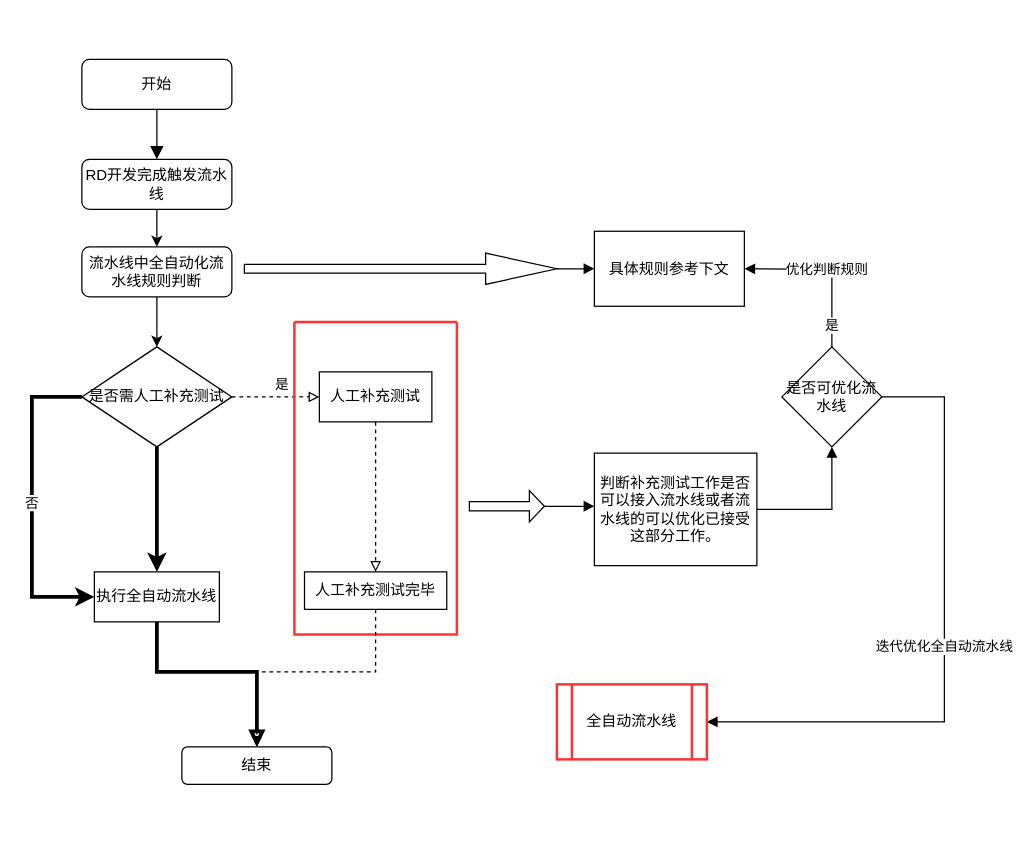
This is Untitled Diagram.drawio from claymanGit/hello-world, a draw.io file, before an edit. Source tidied: cells renumbered, new cells numbered last; positions are measured from the earlier drawing's top-left corner, leaving out a move shared by most shapes. Both pictures are drawn from the tidied source at 125%, with x=0, y=0 at pixel (31, 59).
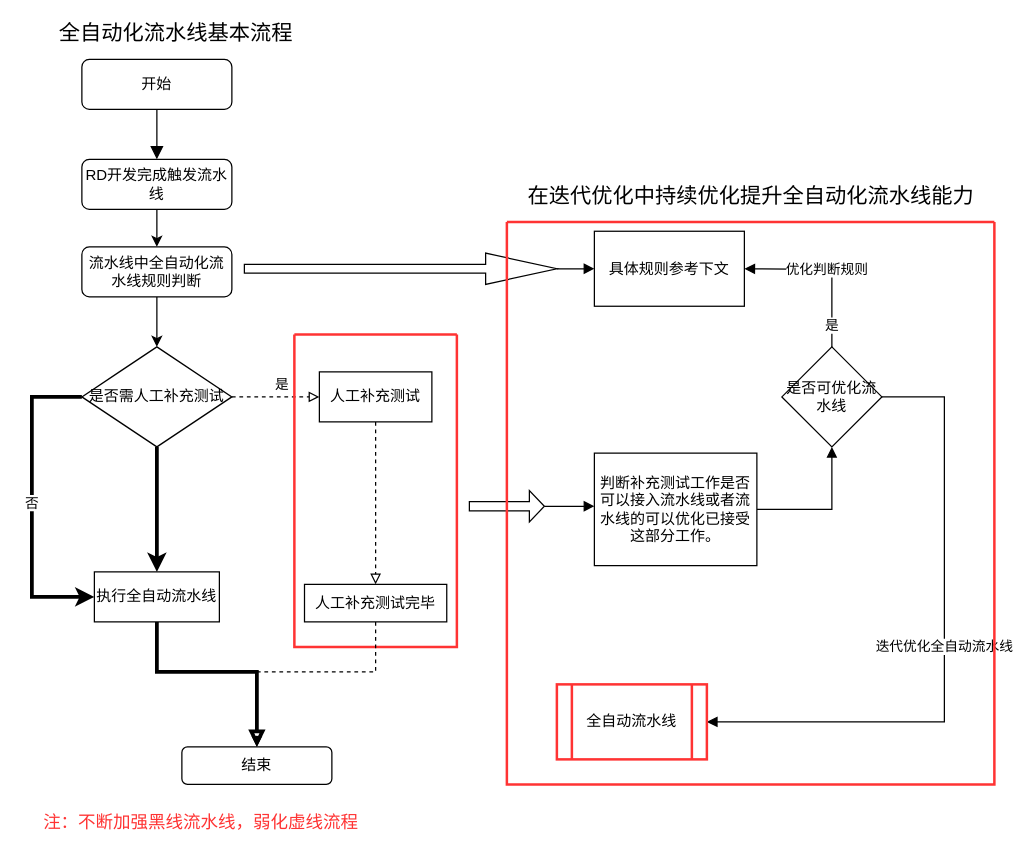
The same page after the edit.

What changed in the source:
```diff
@@
     <mxCell id="19" style="swimlane;startSize=0;strokeWidth=2;strokeColor=#FF3333;" parent="1" vertex="1">
-      <mxGeometry x="210" y="210" width="130" height="250" as="geometry" />
+      <mxGeometry x="210" y="220" width="130" height="250" as="geometry" />
     </mxCell>
@@
+    <mxCell id="32" value="&lt;span style=&quot;font-size: 17px&quot;&gt;全自动化流水线基本流程&lt;/span&gt;" style="text;html=1;align=center;verticalAlign=middle;strokeColor=none;fillColor=none;" parent="1" vertex="1">
+      <mxGeometry x="15" y="-30" width="200" height="20" as="geometry" />
+    </mxCell>
+    <mxCell id="33" style="swimlane;startSize=0;strokeWidth=2;strokeColor=#FF3333;" parent="1" vertex="1">
+      <mxGeometry x="380" y="130" width="390" height="450" as="geometry" />
+    </mxCell>
+    <mxCell id="34" value="&lt;font style=&quot;font-size: 17px&quot;&gt;在迭代优化中持续优化提升全自动化流水线能力&lt;/font&gt;" style="text;html=1;align=center;verticalAlign=middle;strokeColor=none;fillColor=none;" parent="1" vertex="1">
+      <mxGeometry x="390" y="100" width="370" height="20" as="geometry" />
+    </mxCell>
+    <mxCell id="35" value="&lt;font color=&quot;#ff3333&quot;&gt;注：不断加强黑线流水线，弱化虚线流程&lt;/font&gt;" style="text;html=1;align=center;verticalAlign=middle;strokeColor=none;fillColor=none;fontSize=14;" parent="1" vertex="1">
+      <mxGeometry y="600" width="270" height="20" as="geometry" />
+    </mxCell>
```
